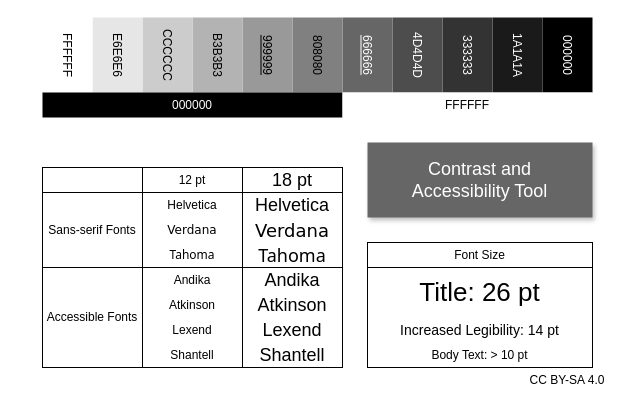
Before: drawio/contrast-accessibility-tool.drawio in EvokeMadness/note-cards, a draw.io diagram. Source tidied: cells renumbered, new cells numbered last; positions are measured from the earlier drawing's top-left corner, leaving out a move shared by most shapes. Both pictures are drawn from the tidied source at 100%, with x=0, y=0 at pixel (29, 30).
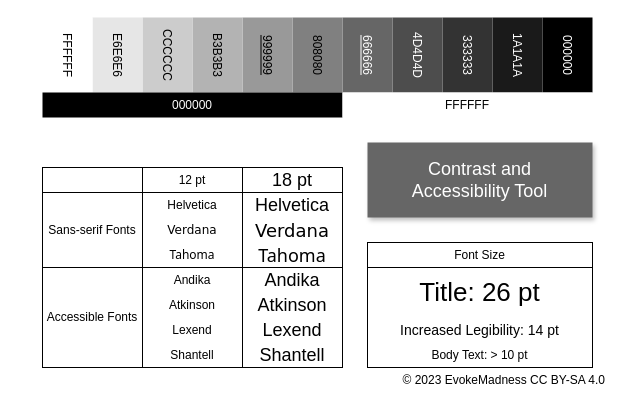
After the change.

Change to the diagram source:
```diff
@@
-    <mxCell id="28" value="CC BY-SA 4.0" style="text;html=1;strokeColor=none;fillColor=none;align=center;verticalAlign=middle;whiteSpace=wrap;rounded=0;" parent="1" vertex="1">
-      <mxGeometry x="488" y="337" width="100.4" height="25" as="geometry" />
+    <mxCell id="28" value="© 2023 EvokeMadness CC BY-SA 4.0" style="text;html=1;strokeColor=none;fillColor=none;align=right;verticalAlign=middle;whiteSpace=wrap;rounded=0;spacingRight=10;" parent="1" vertex="1">
+      <mxGeometry x="-12" y="337" width="600" height="25" as="geometry" />
     </mxCell>
```
